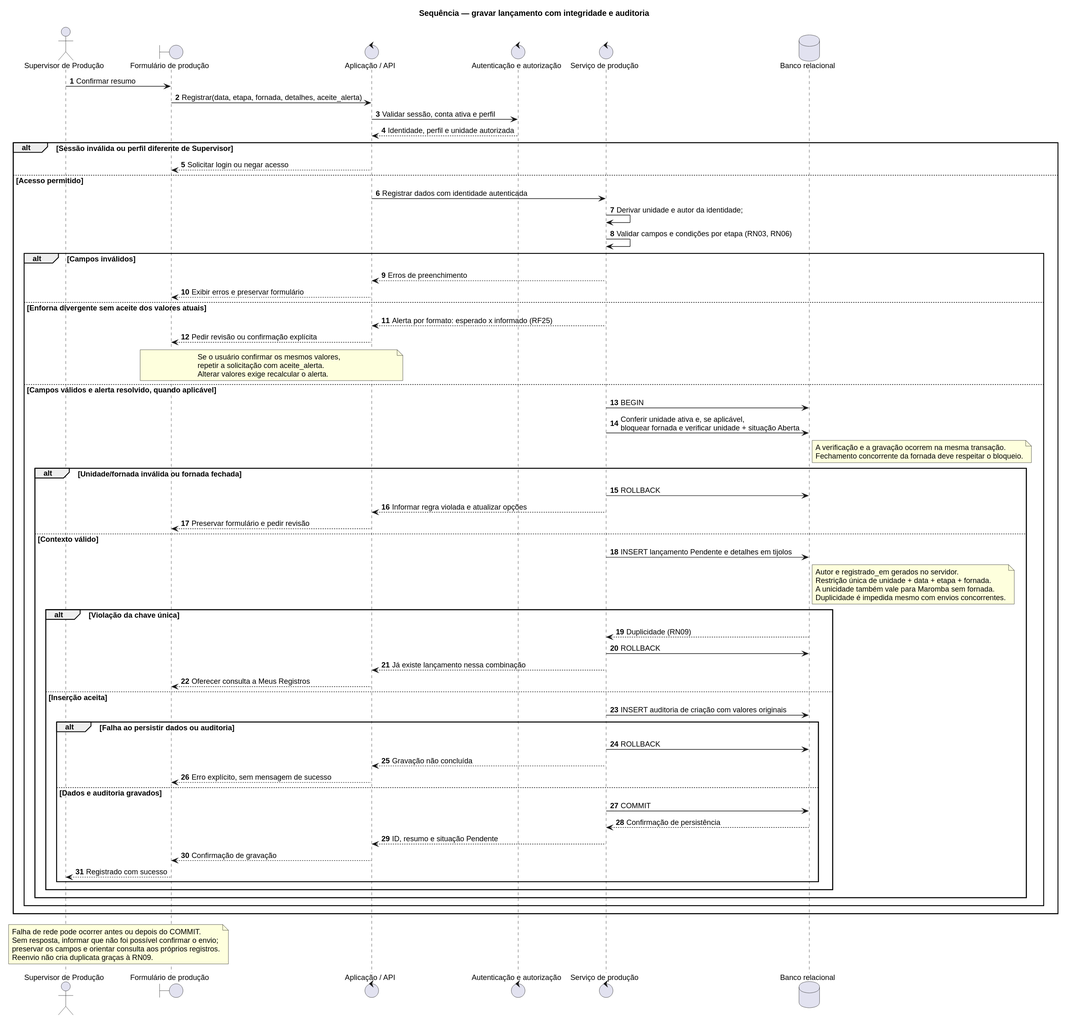
Earlier version of the PlantUML export docs/uml/svg/04_sequencia_registrar_producao.svg (emilynerys/Projeto-Cer-mica-SOCRE). Source of this version:
```plantuml
@startuml
skinparam shadowing false
skinparam defaultFontName Arial
skinparam defaultFontSize 13
autonumber
title Sequência — gravar lançamento com integridade e auditoria

actor "Supervisor de Produção" as Supervisor
boundary "Formulário de produção" as Tela
control "Aplicação / API" as API
control "Autenticação e autorização" as Acesso
control "Serviço de produção" as Producao
database "Banco relacional" as BD

Supervisor -> Tela : Confirmar resumo
Tela -> API : Registrar(data, etapa, fornada, detalhes, aceite_alerta)
API -> Acesso : Validar sessão, conta ativa e perfil
Acesso --> API : Identidade, perfil e unidade autorizada

alt Sessão inválida ou perfil diferente de Supervisor
  API --> Tela : Solicitar login ou negar acesso
else Acesso permitido
  API -> Producao : Registrar dados com identidade autenticada
  Producao -> Producao : Derivar unidade e autor da identidade;
  Producao -> Producao : Validar campos e condições por etapa (RN03, RN06)
  alt Campos inválidos
    Producao --> API : Erros de preenchimento
    API --> Tela : Exibir erros e preservar formulário
  else Enforna divergente sem aceite dos valores atuais
    Producao --> API : Alerta por formato: esperado x informado (RF25)
    API --> Tela : Pedir revisão ou confirmação explícita
    note over Tela, API
      Se o usuário confirmar os mesmos valores,
      repetir a solicitação com aceite_alerta.
      Alterar valores exige recalcular o alerta.
    end note
  else Campos válidos e alerta resolvido, quando aplicável
    Producao -> BD : BEGIN
    Producao -> BD : Conferir unidade ativa e, se aplicável,\nbloquear fornada e verificar unidade + situação Aberta
    note right of BD
      A verificação e a gravação ocorrem na mesma transação.
      Fechamento concorrente da fornada deve respeitar o bloqueio.
    end note
    alt Unidade/fornada inválida ou fornada fechada
      Producao -> BD : ROLLBACK
      Producao --> API : Informar regra violada e atualizar opções
      API --> Tela : Preservar formulário e pedir revisão
    else Contexto válido
      Producao -> BD : INSERT lançamento Pendente e detalhes em tijolos
      note right of BD
        Autor e registrado_em gerados no servidor.
        Restrição única de unidade + data + etapa + fornada.
        A unicidade também vale para Maromba sem fornada.
        Duplicidade é impedida mesmo com envios concorrentes.
      end note
      alt Violação da chave única
        BD --> Producao : Duplicidade (RN09)
        Producao -> BD : ROLLBACK
        Producao --> API : Já existe lançamento nessa combinação
        API --> Tela : Oferecer consulta a Meus Registros
      else Inserção aceita
        Producao -> BD : INSERT auditoria de criação com valores originais
        alt Falha ao persistir dados ou auditoria
          Producao -> BD : ROLLBACK
          Producao --> API : Gravação não concluída
          API --> Tela : Erro explícito, sem mensagem de sucesso
        else Dados e auditoria gravados
          Producao -> BD : COMMIT
          BD --> Producao : Confirmação de persistência
          Producao --> API : ID, resumo e situação Pendente
          API --> Tela : Confirmação de gravação
          Tela --> Supervisor : Registrado com sucesso
        end
      end
    end
  end
end

note over Supervisor, Tela
  Falha de rede pode ocorrer antes ou depois do COMMIT.
  Sem resposta, informar que não foi possível confirmar o envio;
  preservar os campos e orientar consulta aos próprios registros.
  Reenvio não cria duplicata graças à RN09.
end note
@enduml
```
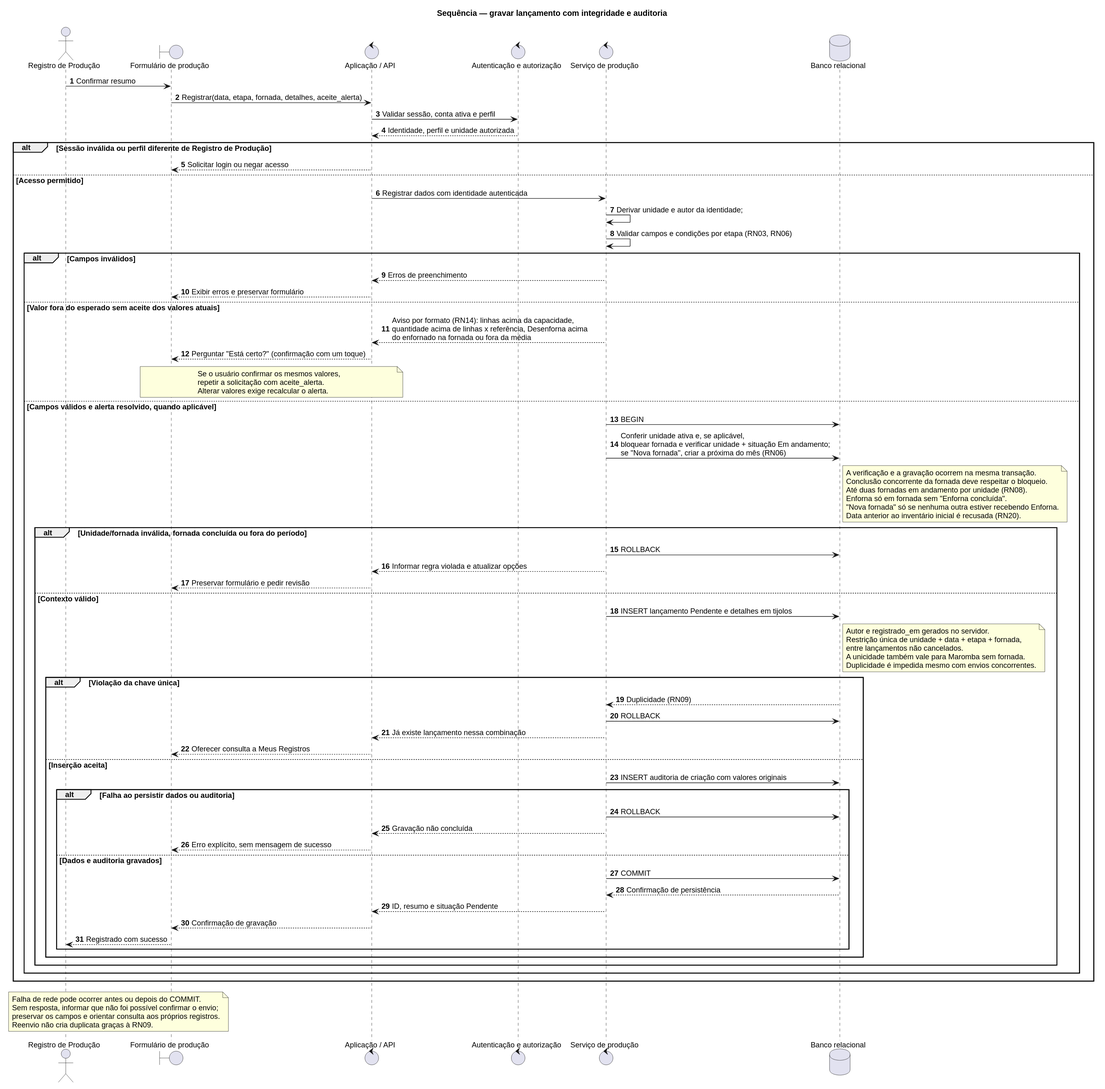
After the change.

Diff of the diagram source:
```diff
@@ -5,19 +5,19 @@
 autonumber
 title Sequência — gravar lançamento com integridade e auditoria
 
-actor "Supervisor de Produção" as Supervisor
+actor "Registro de Produção" as Registro
 boundary "Formulário de produção" as Tela
 control "Aplicação / API" as API
 control "Autenticação e autorização" as Acesso
 control "Serviço de produção" as Producao
 database "Banco relacional" as BD
 
-Supervisor -> Tela : Confirmar resumo
+Registro -> Tela : Confirmar resumo
 Tela -> API : Registrar(data, etapa, fornada, detalhes, aceite_alerta)
 API -> Acesso : Validar sessão, conta ativa e perfil
 Acesso --> API : Identidade, perfil e unidade autorizada
 
-alt Sessão inválida ou perfil diferente de Supervisor
+alt Sessão inválida ou perfil diferente de Registro de Produção
   API --> Tela : Solicitar login ou negar acesso
 else Acesso permitido
   API -> Producao : Registrar dados com identidade autenticada
@@ -26,9 +26,9 @@
   alt Campos inválidos
     Producao --> API : Erros de preenchimento
     API --> Tela : Exibir erros e preservar formulário
-  else Enforna divergente sem aceite dos valores atuais
-    Producao --> API : Alerta por formato: esperado x informado (RF25)
-    API --> Tela : Pedir revisão ou confirmação explícita
+  else Valor fora do esperado sem aceite dos valores atuais
+    Producao --> API : Aviso por formato (RN14): linhas acima da capacidade,\nquantidade acima de linhas x referência, Desenforna acima\ndo enfornado na fornada ou fora da média
+    API --> Tela : Perguntar "Está certo?" (confirmação com um toque)
     note over Tela, API
       Se o usuário confirmar os mesmos valores,
       repetir a solicitação com aceite_alerta.
@@ -36,12 +36,16 @@
     end note
   else Campos válidos e alerta resolvido, quando aplicável
     Producao -> BD : BEGIN
-    Producao -> BD : Conferir unidade ativa e, se aplicável,\nbloquear fornada e verificar unidade + situação Aberta
+    Producao -> BD : Conferir unidade ativa e, se aplicável,\nbloquear fornada e verificar unidade + situação Em andamento;\nse "Nova fornada", criar a próxima do mês (RN06)
     note right of BD
       A verificação e a gravação ocorrem na mesma transação.
-      Fechamento concorrente da fornada deve respeitar o bloqueio.
+      Conclusão concorrente da fornada deve respeitar o bloqueio.
+      Até duas fornadas em andamento por unidade (RN08).
+      Enforna só em fornada sem "Enforna concluída".
+      "Nova fornada" só se nenhuma outra estiver recebendo Enforna.
+      Data anterior ao inventário inicial é recusada (RN20).
     end note
-    alt Unidade/fornada inválida ou fornada fechada
+    alt Unidade/fornada inválida, fornada concluída ou fora do período
       Producao -> BD : ROLLBACK
       Producao --> API : Informar regra violada e atualizar opções
       API --> Tela : Preservar formulário e pedir revisão
@@ -49,7 +53,8 @@
       Producao -> BD : INSERT lançamento Pendente e detalhes em tijolos
       note right of BD
         Autor e registrado_em gerados no servidor.
-        Restrição única de unidade + data + etapa + fornada.
+        Restrição única de unidade + data + etapa + fornada,
+        entre lançamentos não cancelados.
         A unicidade também vale para Maromba sem fornada.
         Duplicidade é impedida mesmo com envios concorrentes.
       end note
@@ -69,14 +74,14 @@
           BD --> Producao : Confirmação de persistência
           Producao --> API : ID, resumo e situação Pendente
           API --> Tela : Confirmação de gravação
-          Tela --> Supervisor : Registrado com sucesso
+          Tela --> Registro : Registrado com sucesso
         end
       end
     end
   end
 end
 
-note over Supervisor, Tela
+note over Registro, Tela
   Falha de rede pode ocorrer antes ou depois do COMMIT.
   Sem resposta, informar que não foi possível confirmar o envio;
   preservar os campos e orientar consulta aos próprios registros.
```
